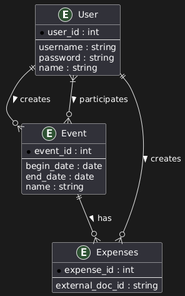
Earlier version of the PlantUML export data/postgres/ER_Data_Model.png (omardtl24/TMP_2C_swarch). Source of this version:
```plantuml
@startuml
entity "User" as U {
  * user_id : int
  --
  username : string
  password : string
  name : string
}

entity "Event" as E {
  * event_id : int
  --
  begin_date : date
  end_date : date
  name : string
}

entity "Expenses" as B {
  * expense_id : int
  --
  external_doc_id : string
}

U ||--o{ E : creates >
U }|--o{ E : participates >
E ||--o{ B : has >
U ||--o{ B : creates >
@enduml
```
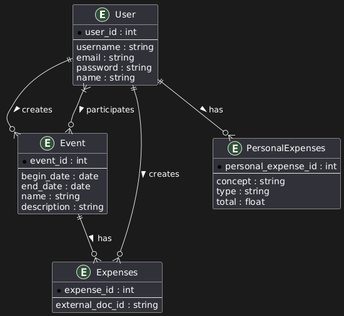
After the commit.

Commit message:
Update Relational DB model

What changed in the source:
```diff
@@ -3,6 +3,7 @@
   * user_id : int
   --
   username : string
+  email : string
   password : string
   name : string
 }
@@ -13,6 +14,7 @@
   begin_date : date
   end_date : date
   name : string
+  description : string
 }
 
 entity "Expenses" as B {
@@ -21,8 +23,17 @@
   external_doc_id : string
 }
 
+entity "PersonalExpenses" as PE {
+  * personal_expense_id : int
+  --
+  concept : string
+  type : string
+  total : float
+}
+
 U ||--o{ E : creates >
 U }|--o{ E : participates >
 E ||--o{ B : has >
 U ||--o{ B : creates >
+U ||--o{ PE : has >
 @enduml
```
